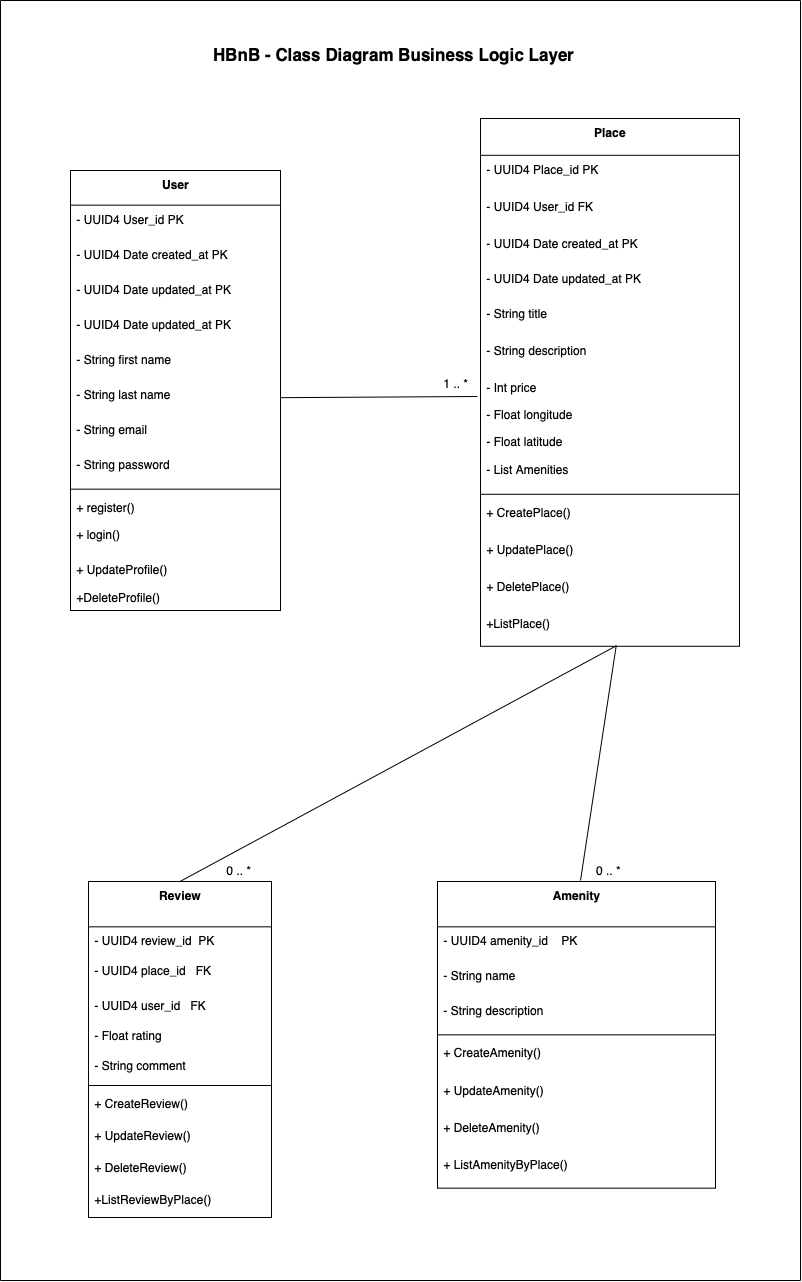
This is part1/1. Detailed Class Diagram for Business Logic Layer.drawio.png from myriam293/holbertonschool-hbnb, a draw.io export, as it was before one commit. Source tidied: cells renumbered, new cells last; positions are measured from the earlier drawing's top-left corner, leaving out a move shared by most shapes.
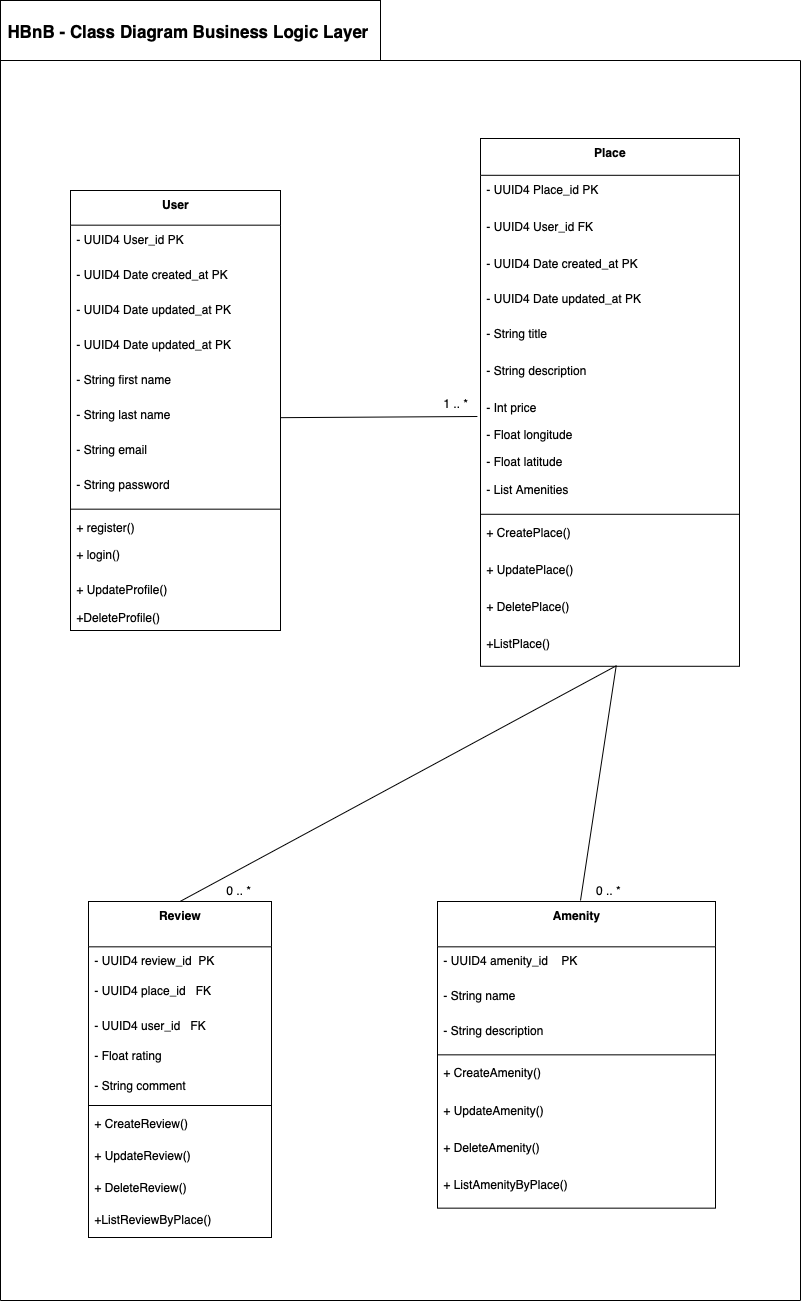
After the commit.

The edit, as a diff of the source:
```diff
@@ -175,13 +175,13 @@
     <mxCell id="58" style="endArrow=none;html=1;rounded=0;" parent="1" edge="1">
       <mxGeometry relative="1" as="geometry">
         <mxPoint y="1280" as="sourcePoint" />
-        <mxPoint as="targetPoint" />
+        <mxPoint y="40" as="targetPoint" />
       </mxGeometry>
     </mxCell>
     <mxCell id="59" style="endArrow=none;html=1;rounded=0;" parent="1" edge="1">
       <mxGeometry relative="1" as="geometry">
         <mxPoint x="800" y="1280" as="sourcePoint" />
-        <mxPoint x="800" as="targetPoint" />
+        <mxPoint x="800" y="40" as="targetPoint" />
       </mxGeometry>
     </mxCell>
     <mxCell id="60" style="endArrow=none;html=1;rounded=0;" parent="1" edge="1">
@@ -192,12 +192,12 @@
     </mxCell>
     <mxCell id="61" style="endArrow=none;html=1;rounded=0;" parent="1" edge="1">
       <mxGeometry relative="1" as="geometry">
-        <mxPoint as="sourcePoint" />
-        <mxPoint x="800" as="targetPoint" />
+        <mxPoint y="40" as="sourcePoint" />
+        <mxPoint x="800" y="40" as="targetPoint" />
       </mxGeometry>
     </mxCell>
-    <mxCell id="62" value="&lt;span style=&quot;font-size: 17px; font-weight: 700;&quot;&gt;HBnB - Class Diagram Business Logic Layer&amp;nbsp;&lt;/span&gt;" style="text;html=1;align=center;verticalAlign=middle;strokeColor=none;fillColor=none;" parent="1" vertex="1">
-      <mxGeometry x="199.5" y="38" width="390" height="30" as="geometry" />
+    <mxCell id="62" value="&lt;span style=&quot;font-size: 17px; font-weight: 700; white-space: nowrap;&quot;&gt;HBnB - Class Diagram Business Logic Layer&amp;nbsp;&lt;/span&gt;" style="rounded=0;whiteSpace=wrap;html=1;" parent="1" vertex="1">
+      <mxGeometry y="-20" width="380" height="60" as="geometry" />
     </mxCell>
   </root>
 </mxGraphModel>
```
